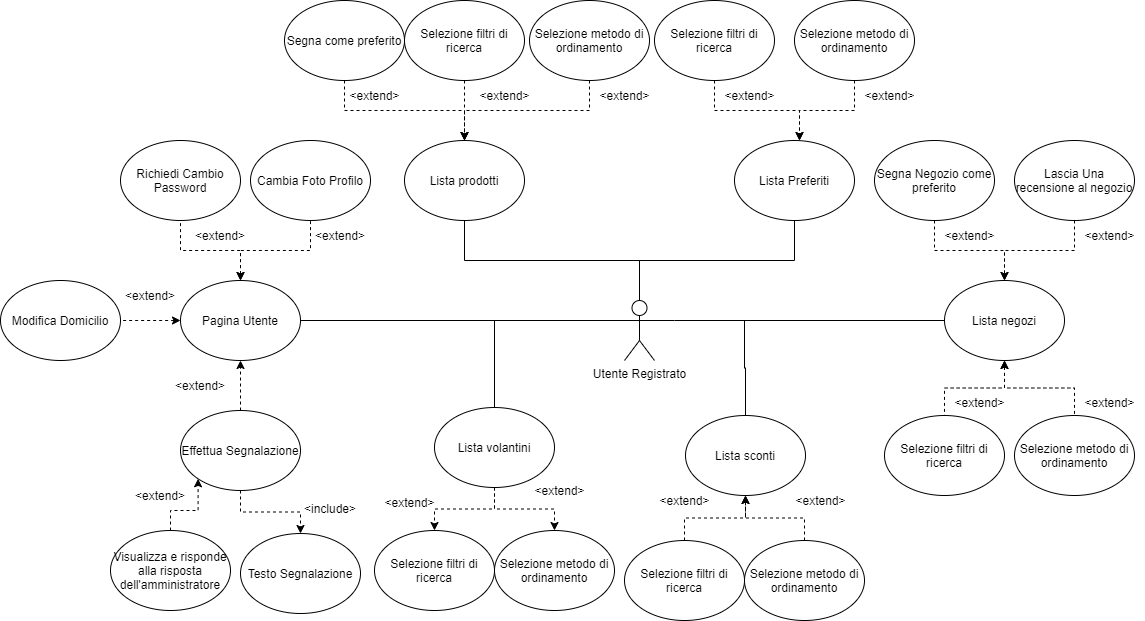
This is UML/UCD_utente_registrato.png from G15-UniTN/iSpesa, a draw.io export, as it was before one commit. Source tidied: cells renumbered, new cells last; positions are measured from the earlier drawing's top-left corner, leaving out a move shared by most shapes.
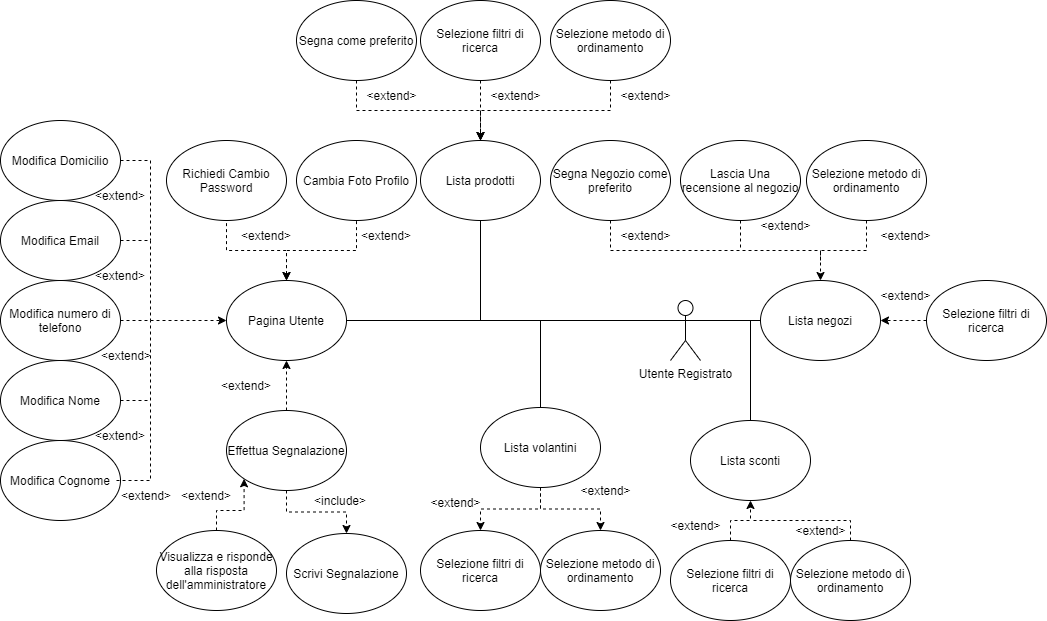
After the change.

The edit, as a diff of the source:
```diff
@@ -7,5 +7,2 @@
     </mxCell>
-    <mxCell id="3" style="edgeStyle=orthogonalEdgeStyle;rounded=0;jettySize=auto;html=1;exitX=0.5;exitY=0;exitDx=0;exitDy=0;exitPerimeter=0;endArrow=none;endFill=0;" parent="1" edge="1" source="4" target="57">
-      <mxGeometry relative="1" as="geometry" />
-    </mxCell>
     <mxCell id="4" value="Utente Registrato" style="shape=umlActor;verticalLabelPosition=bottom;verticalAlign=top;html=1;outlineConnect=0;" parent="1" vertex="1">
@@ -13,4 +10,12 @@
     </mxCell>
+    <mxCell id="72" style="edgeStyle=orthogonalEdgeStyle;rounded=0;jettySize=auto;html=1;exitX=0.5;exitY=1;exitDx=0;exitDy=0;endArrow=none;endFill=0;" parent="1" edge="1" source="5">
+      <mxGeometry relative="1" as="geometry">
+        <mxPoint x="494" y="320" as="targetPoint" />
+        <Array as="points">
+          <mxPoint x="434" y="320" />
+        </Array>
+      </mxGeometry>
+    </mxCell>
     <mxCell id="5" value="Lista prodotti" style="ellipse;whiteSpace=wrap;html=1;" parent="1" vertex="1">
-      <mxGeometry x="404" y="140" width="120" height="80" as="geometry" />
+      <mxGeometry x="374" y="140" width="120" height="80" as="geometry" />
     </mxCell>
@@ -19,2 +24,5 @@
         <mxPoint x="744" y="320" as="targetPoint" />
+        <Array as="points">
+          <mxPoint x="704" y="320" />
+        </Array>
       </mxGeometry>
@@ -22,21 +30,4 @@
     <mxCell id="7" value="Lista sconti" style="ellipse;whiteSpace=wrap;html=1;" parent="1" vertex="1">
-      <mxGeometry x="685" y="415" width="120" height="80" as="geometry" />
+      <mxGeometry x="644" y="420" width="120" height="80" as="geometry" />
     </mxCell>
-    <mxCell id="8" style="edgeStyle=orthogonalEdgeStyle;rounded=0;jettySize=auto;html=1;exitX=0;exitY=0.5;exitDx=0;exitDy=0;endArrow=none;endFill=0;" parent="1" edge="1" source="11">
-      <mxGeometry relative="1" as="geometry">
-        <mxPoint x="674" y="320" as="targetPoint" />
-      </mxGeometry>
-    </mxCell>
-    <mxCell id="9" style="edgeStyle=orthogonalEdgeStyle;rounded=0;jettySize=auto;html=1;exitX=0.5;exitY=1;exitDx=0;exitDy=0;endArrow=none;endFill=0;dashed=1;startArrow=classic;startFill=1;" parent="1" edge="1" source="11" target="36">
-      <mxGeometry relative="1" as="geometry" />
-    </mxCell>
-    <mxCell id="10" style="edgeStyle=orthogonalEdgeStyle;rounded=0;jettySize=auto;html=1;exitX=0.5;exitY=1;exitDx=0;exitDy=0;endArrow=none;endFill=0;dashed=1;startArrow=classic;startFill=1;" parent="1" edge="1" source="11" target="37">
-      <mxGeometry relative="1" as="geometry" />
-    </mxCell>
-    <mxCell id="11" value="Lista negozi" style="ellipse;whiteSpace=wrap;html=1;" parent="1" vertex="1">
-      <mxGeometry x="944" y="280" width="120" height="80" as="geometry" />
-    </mxCell>
-    <mxCell id="12" style="edgeStyle=orthogonalEdgeStyle;rounded=0;jettySize=auto;html=1;exitX=0.5;exitY=1;exitDx=0;exitDy=0;entryX=0.5;entryY=0;entryDx=0;entryDy=0;entryPerimeter=0;endArrow=none;endFill=0;" parent="1" edge="1" source="5" target="4">
-      <mxGeometry relative="1" as="geometry" />
-    </mxCell>
     <mxCell id="13" style="edgeStyle=orthogonalEdgeStyle;rounded=0;jettySize=auto;html=1;exitX=0.5;exitY=0;exitDx=0;exitDy=0;dashed=1;endArrow=none;endFill=0;startArrow=classic;startFill=1;" parent="1" edge="1" source="15" target="18">
@@ -50,6 +41,4 @@
     </mxCell>
-    <mxCell id="16" style="endArrow=none;html=1;rounded=0;exitX=1;exitY=0.5;exitDx=0;exitDy=0;" parent="1" edge="1" source="15">
-      <mxGeometry relative="1" as="geometry">
-        <mxPoint x="674" y="320" as="targetPoint" />
-      </mxGeometry>
+    <mxCell id="16" style="endArrow=none;html=1;rounded=0;exitX=1;exitY=0.5;exitDx=0;exitDy=0;" parent="1" edge="1" source="15" target="11">
+      <mxGeometry relative="1" as="geometry" />
     </mxCell>
@@ -61,4 +50,9 @@
     </mxCell>
+    <mxCell id="73" style="edgeStyle=orthogonalEdgeStyle;rounded=0;jumpStyle=gap;jumpSize=10;jettySize=auto;html=1;exitX=1;exitY=0.5;exitDx=0;exitDy=0;dashed=1;startArrow=none;startFill=0;endArrow=none;endFill=0;" parent="1" edge="1" source="19">
+      <mxGeometry relative="1" as="geometry">
+        <mxPoint x="104" y="240" as="targetPoint" />
+      </mxGeometry>
+    </mxCell>
     <mxCell id="19" value="Modifica Domicilio" style="ellipse;whiteSpace=wrap;html=1;" parent="1" vertex="1">
-      <mxGeometry y="280" width="120" height="80" as="geometry" />
+      <mxGeometry x="-46" y="120" width="120" height="80" as="geometry" />
     </mxCell>
@@ -73,10 +67,2 @@
     </mxCell>
-    <mxCell id="23" style="edgeStyle=orthogonalEdgeStyle;rounded=0;jettySize=auto;html=1;exitX=0;exitY=0.5;exitDx=0;exitDy=0;dashed=1;entryX=1;entryY=0.5;entryDx=0;entryDy=0;endArrow=none;endFill=0;startArrow=classic;startFill=1;" parent="1" edge="1" source="15" target="19">
-      <mxGeometry relative="1" as="geometry">
-        <Array as="points">
-          <mxPoint x="134" y="320" />
-          <mxPoint x="134" y="320" />
-        </Array>
-      </mxGeometry>
-    </mxCell>
     <mxCell id="24" value="&amp;lt;extend&amp;gt;" style="text;html=1;strokeColor=none;fillColor=none;align=center;verticalAlign=middle;whiteSpace=wrap;rounded=0;" parent="1" vertex="1">
@@ -88,3 +74,3 @@
     <mxCell id="26" value="&amp;lt;extend&amp;gt;" style="text;html=1;strokeColor=none;fillColor=none;align=center;verticalAlign=middle;whiteSpace=wrap;rounded=0;" parent="1" vertex="1">
-      <mxGeometry x="120" y="280" width="60" height="30" as="geometry" />
+      <mxGeometry x="44" y="260" width="60" height="30" as="geometry" />
     </mxCell>
@@ -97,3 +83,3 @@
     <mxCell id="29" value="Selezione filtri di ricerca" style="ellipse;whiteSpace=wrap;html=1;" parent="1" vertex="1">
-      <mxGeometry x="404" width="120" height="80" as="geometry" />
+      <mxGeometry x="374" width="120" height="80" as="geometry" />
     </mxCell>
@@ -103,13 +89,18 @@
     <mxCell id="31" value="Selezione metodo di ordinamento" style="ellipse;whiteSpace=wrap;html=1;" parent="1" vertex="1">
-      <mxGeometry x="529" width="120" height="80" as="geometry" />
+      <mxGeometry x="504" width="120" height="80" as="geometry" />
     </mxCell>
     <mxCell id="32" value="&amp;lt;extend&amp;gt;" style="text;html=1;align=center;verticalAlign=middle;strokeColor=none;fillColor=none;" parent="1" vertex="1">
-      <mxGeometry x="589" y="80" width="70" height="30" as="geometry" />
+      <mxGeometry x="564" y="80" width="70" height="30" as="geometry" />
     </mxCell>
     <mxCell id="33" value="&amp;lt;extend&amp;gt;" style="text;html=1;align=center;verticalAlign=middle;strokeColor=none;fillColor=none;" parent="1" vertex="1">
-      <mxGeometry x="469" y="80" width="70" height="30" as="geometry" />
+      <mxGeometry x="434" y="80" width="70" height="30" as="geometry" />
     </mxCell>
-    <mxCell id="34" style="edgeStyle=orthogonalEdgeStyle;rounded=0;jettySize=auto;html=1;exitX=0.5;exitY=0;exitDx=0;exitDy=0;entryX=0.5;entryY=1;entryDx=0;entryDy=0;dashed=1;" parent="1" edge="1" source="35" target="7">
-      <mxGeometry relative="1" as="geometry" />
-    </mxCell>
+    <mxCell id="74" style="edgeStyle=orthogonalEdgeStyle;rounded=0;jumpStyle=gap;jumpSize=10;jettySize=auto;html=1;exitX=0.5;exitY=0;exitDx=0;exitDy=0;dashed=1;startArrow=none;startFill=0;endArrow=none;endFill=0;" parent="1" edge="1" source="35">
+      <mxGeometry relative="1" as="geometry">
+        <mxPoint x="704" y="520" as="targetPoint" />
+        <Array as="points">
+          <mxPoint x="804" y="520" />
+        </Array>
+      </mxGeometry>
+    </mxCell>
     <mxCell id="35" value="Selezione metodo di ordinamento" style="ellipse;whiteSpace=wrap;html=1;" parent="1" vertex="1">
@@ -117,19 +108,20 @@
     </mxCell>
+    <mxCell id="75" style="edgeStyle=orthogonalEdgeStyle;rounded=0;jumpStyle=gap;jumpSize=10;jettySize=auto;html=1;exitX=0.5;exitY=1;exitDx=0;exitDy=0;dashed=1;startArrow=none;startFill=0;endArrow=none;endFill=0;" parent="1" edge="1" source="36">
+      <mxGeometry relative="1" as="geometry">
+        <mxPoint x="774" y="260" as="targetPoint" />
+        <Array as="points">
+          <mxPoint x="820" y="250" />
+          <mxPoint x="774" y="250" />
+        </Array>
+      </mxGeometry>
+    </mxCell>
     <mxCell id="36" value="Selezione metodo di ordinamento" style="ellipse;whiteSpace=wrap;html=1;" parent="1" vertex="1">
-      <mxGeometry x="1014" y="415" width="120" height="80" as="geometry" />
+      <mxGeometry x="760" y="140" width="120" height="80" as="geometry" />
     </mxCell>
-    <mxCell id="37" value="Selezione filtri di ricerca" style="ellipse;whiteSpace=wrap;html=1;" parent="1" vertex="1">
-      <mxGeometry x="884" y="415" width="120" height="80" as="geometry" />
-    </mxCell>
     <mxCell id="38" value="&amp;lt;extend&amp;gt;" style="text;html=1;align=center;verticalAlign=middle;strokeColor=none;fillColor=none;" parent="1" vertex="1">
-      <mxGeometry x="934" y="220" width="70" height="30" as="geometry" />
+      <mxGeometry x="564" y="220" width="70" height="30" as="geometry" />
     </mxCell>
-    <mxCell id="39" value="&amp;lt;extend&amp;gt;" style="text;html=1;align=center;verticalAlign=middle;strokeColor=none;fillColor=none;" parent="1" vertex="1">
-      <mxGeometry x="944" y="387" width="70" height="30" as="geometry" />
-    </mxCell>
-    <mxCell id="40" style="edgeStyle=orthogonalEdgeStyle;rounded=0;jettySize=auto;html=1;exitX=0.5;exitY=0;exitDx=0;exitDy=0;dashed=1;" parent="1" edge="1" source="41">
-      <mxGeometry relative="1" as="geometry">
-        <mxPoint x="745" y="495" as="targetPoint" />
-      </mxGeometry>
-    </mxCell>
+    <mxCell id="76" style="edgeStyle=orthogonalEdgeStyle;rounded=0;jumpStyle=gap;jumpSize=10;jettySize=auto;html=1;exitX=0.5;exitY=0;exitDx=0;exitDy=0;dashed=1;startArrow=none;startFill=0;endArrow=classic;endFill=1;" parent="1" edge="1" source="41" target="7">
+      <mxGeometry relative="1" as="geometry" />
+    </mxCell>
     <mxCell id="41" value="Selezione filtri di ricerca" style="ellipse;whiteSpace=wrap;html=1;" parent="1" vertex="1">
@@ -138,6 +130,6 @@
     <mxCell id="42" value="&amp;lt;extend&amp;gt;" style="text;html=1;align=center;verticalAlign=middle;strokeColor=none;fillColor=none;" parent="1" vertex="1">
-      <mxGeometry x="785" y="485" width="70" height="30" as="geometry" />
+      <mxGeometry x="739" y="515" width="70" height="30" as="geometry" />
     </mxCell>
     <mxCell id="43" value="&amp;lt;extend&amp;gt;" style="text;html=1;align=center;verticalAlign=middle;strokeColor=none;fillColor=none;" parent="1" vertex="1">
-      <mxGeometry x="649" y="485" width="70" height="30" as="geometry" />
+      <mxGeometry x="614" y="510" width="70" height="30" as="geometry" />
     </mxCell>
@@ -162,16 +154,18 @@
     <mxCell id="50" value="Segna come preferito" style="ellipse;whiteSpace=wrap;html=1;" parent="1" vertex="1">
-      <mxGeometry x="284" width="120" height="80" as="geometry" />
+      <mxGeometry x="250" width="120" height="80" as="geometry" />
     </mxCell>
     <mxCell id="51" value="&amp;lt;extend&amp;gt;" style="text;html=1;align=center;verticalAlign=middle;strokeColor=none;fillColor=none;" parent="1" vertex="1">
-      <mxGeometry x="339" y="80" width="70" height="30" as="geometry" />
+      <mxGeometry x="310" y="80" width="70" height="30" as="geometry" />
     </mxCell>
-    <mxCell id="52" style="edgeStyle=orthogonalEdgeStyle;rounded=0;jettySize=auto;html=1;exitX=0.5;exitY=1;exitDx=0;exitDy=0;endArrow=classic;endFill=1;dashed=1;startArrow=none;startFill=0;" parent="1" edge="1" source="53" target="11">
-      <mxGeometry relative="1" as="geometry" />
+    <mxCell id="52" style="edgeStyle=orthogonalEdgeStyle;rounded=0;jumpStyle=gap;jumpSize=10;jettySize=auto;html=1;exitX=0.5;exitY=1;exitDx=0;exitDy=0;dashed=1;startArrow=none;startFill=0;endArrow=classic;endFill=1;" parent="1" edge="1" source="53" target="11">
+      <mxGeometry relative="1" as="geometry">
+        <Array as="points">
+          <mxPoint x="564" y="250" />
+          <mxPoint x="774" y="250" />
+        </Array>
+      </mxGeometry>
     </mxCell>
     <mxCell id="53" value="Segna Negozio come preferito" style="ellipse;whiteSpace=wrap;html=1;" parent="1" vertex="1">
-      <mxGeometry x="874" y="140" width="120" height="80" as="geometry" />
+      <mxGeometry x="504" y="140" width="120" height="80" as="geometry" />
     </mxCell>
-    <mxCell id="54" value="&amp;lt;extend&amp;gt;" style="text;html=1;align=center;verticalAlign=middle;strokeColor=none;fillColor=none;" parent="1" vertex="1">
-      <mxGeometry x="1074" y="387" width="70" height="30" as="geometry" />
-    </mxCell>
     <mxCell id="55" value="Selezione filtri di ricerca" style="ellipse;whiteSpace=wrap;html=1;" parent="1" vertex="1">
@@ -182,37 +176,14 @@
     </mxCell>
-    <mxCell id="57" value="Lista Preferiti" style="ellipse;whiteSpace=wrap;html=1;" parent="1" vertex="1">
-      <mxGeometry x="734" y="140" width="120" height="80" as="geometry" />
-    </mxCell>
-    <mxCell id="58" style="edgeStyle=orthogonalEdgeStyle;rounded=0;jettySize=auto;html=1;exitX=0.5;exitY=1;exitDx=0;exitDy=0;endArrow=classic;endFill=1;dashed=1;startArrow=none;startFill=0;" parent="1" edge="1" source="59" target="11">
-      <mxGeometry relative="1" as="geometry" />
-    </mxCell>
+    <mxCell id="77" style="edgeStyle=orthogonalEdgeStyle;rounded=0;jumpStyle=gap;jumpSize=10;jettySize=auto;html=1;exitX=0.5;exitY=1;exitDx=0;exitDy=0;dashed=1;startArrow=none;startFill=0;endArrow=none;endFill=0;" parent="1" edge="1" source="59">
+      <mxGeometry relative="1" as="geometry">
+        <mxPoint x="694" y="250" as="targetPoint" />
+      </mxGeometry>
+    </mxCell>
     <mxCell id="59" value="Lascia Una recensione al negozio" style="ellipse;whiteSpace=wrap;html=1;" parent="1" vertex="1">
-      <mxGeometry x="1014" y="140" width="120" height="80" as="geometry" />
+      <mxGeometry x="634" y="140" width="120" height="80" as="geometry" />
     </mxCell>
     <mxCell id="60" value="&amp;lt;extend&amp;gt;" style="text;html=1;align=center;verticalAlign=middle;strokeColor=none;fillColor=none;" parent="1" vertex="1">
-      <mxGeometry x="1074" y="220" width="70" height="30" as="geometry" />
+      <mxGeometry x="824" y="220" width="70" height="30" as="geometry" />
     </mxCell>
-    <mxCell id="61" style="edgeStyle=orthogonalEdgeStyle;rounded=0;jettySize=auto;html=1;exitX=0.5;exitY=1;exitDx=0;exitDy=0;dashed=1;" parent="1" edge="1" source="62">
-      <mxGeometry relative="1" as="geometry">
-        <mxPoint x="799" y="140" as="targetPoint" />
-      </mxGeometry>
-    </mxCell>
-    <mxCell id="62" value="Selezione filtri di ricerca" style="ellipse;whiteSpace=wrap;html=1;" parent="1" vertex="1">
-      <mxGeometry x="654" width="120" height="80" as="geometry" />
-    </mxCell>
-    <mxCell id="63" style="edgeStyle=orthogonalEdgeStyle;rounded=0;jettySize=auto;html=1;exitX=0.5;exitY=1;exitDx=0;exitDy=0;entryX=0.5;entryY=0;entryDx=0;entryDy=0;dashed=1;" parent="1" edge="1" source="64">
-      <mxGeometry relative="1" as="geometry">
-        <mxPoint x="799" y="140" as="targetPoint" />
-      </mxGeometry>
-    </mxCell>
-    <mxCell id="64" value="Selezione metodo di ordinamento" style="ellipse;whiteSpace=wrap;html=1;" parent="1" vertex="1">
-      <mxGeometry x="794" width="120" height="80" as="geometry" />
-    </mxCell>
-    <mxCell id="65" value="&amp;lt;extend&amp;gt;" style="text;html=1;align=center;verticalAlign=middle;strokeColor=none;fillColor=none;" parent="1" vertex="1">
-      <mxGeometry x="854" y="80" width="70" height="30" as="geometry" />
-    </mxCell>
-    <mxCell id="66" value="&amp;lt;extend&amp;gt;" style="text;html=1;align=center;verticalAlign=middle;strokeColor=none;fillColor=none;" parent="1" vertex="1">
-      <mxGeometry x="714" y="80" width="70" height="30" as="geometry" />
-    </mxCell>
-    <mxCell id="67" value="Testo Segnalazione" style="ellipse;whiteSpace=wrap;html=1;" parent="1" vertex="1">
+    <mxCell id="67" value="Scrivi Segnalazione" style="ellipse;whiteSpace=wrap;html=1;" parent="1" vertex="1">
       <mxGeometry x="240" y="533" width="120" height="80" as="geometry" />
@@ -220,3 +191,3 @@
     <mxCell id="68" value="&amp;lt;include&amp;gt;" style="text;html=1;strokeColor=none;fillColor=none;align=center;verticalAlign=middle;whiteSpace=wrap;rounded=0;" parent="1" vertex="1">
-      <mxGeometry x="300" y="493" width="60" height="30" as="geometry" />
+      <mxGeometry x="264" y="485" width="60" height="30" as="geometry" />
     </mxCell>
@@ -231,2 +202,62 @@
     </mxCell>
+    <mxCell id="11" value="Lista negozi" style="ellipse;whiteSpace=wrap;html=1;" parent="1" vertex="1">
+      <mxGeometry x="714" y="280" width="120" height="80" as="geometry" />
+    </mxCell>
+    <mxCell id="78" value="&amp;lt;extend&amp;gt;" style="text;html=1;align=center;verticalAlign=middle;strokeColor=none;fillColor=none;" parent="1" vertex="1">
+      <mxGeometry x="824" y="280" width="70" height="30" as="geometry" />
+    </mxCell>
+    <mxCell id="79" style="edgeStyle=orthogonalEdgeStyle;rounded=0;jumpStyle=gap;jumpSize=10;jettySize=auto;html=1;exitX=0;exitY=0.5;exitDx=0;exitDy=0;entryX=1;entryY=0.5;entryDx=0;entryDy=0;dashed=1;startArrow=none;startFill=0;endArrow=classic;endFill=1;" parent="1" edge="1" source="80" target="11">
+      <mxGeometry relative="1" as="geometry" />
+    </mxCell>
+    <mxCell id="80" value="Selezione filtri di ricerca" style="ellipse;whiteSpace=wrap;html=1;" parent="1" vertex="1">
+      <mxGeometry x="880" y="280" width="120" height="80" as="geometry" />
+    </mxCell>
+    <mxCell id="81" value="&amp;lt;extend&amp;gt;" style="text;html=1;align=center;verticalAlign=middle;strokeColor=none;fillColor=none;" parent="1" vertex="1">
+      <mxGeometry x="704" y="210" width="70" height="30" as="geometry" />
+    </mxCell>
+    <mxCell id="82" style="edgeStyle=orthogonalEdgeStyle;rounded=0;jumpStyle=gap;jumpSize=10;jettySize=auto;html=1;exitX=1;exitY=0.5;exitDx=0;exitDy=0;dashed=1;startArrow=none;startFill=0;endArrow=none;endFill=0;" parent="1" edge="1" source="83">
+      <mxGeometry relative="1" as="geometry">
+        <mxPoint x="104" y="320" as="targetPoint" />
+      </mxGeometry>
+    </mxCell>
+    <mxCell id="83" value="Modifica Email" style="ellipse;whiteSpace=wrap;html=1;" parent="1" vertex="1">
+      <mxGeometry x="-46" y="200" width="120" height="80" as="geometry" />
+    </mxCell>
+    <mxCell id="84" style="edgeStyle=orthogonalEdgeStyle;rounded=0;jumpSize=3;jettySize=auto;html=1;exitX=1;exitY=0.5;exitDx=0;exitDy=0;dashed=1;startArrow=none;startFill=0;endArrow=classic;endFill=1;" parent="1" edge="1" source="85" target="15">
+      <mxGeometry relative="1" as="geometry" />
+    </mxCell>
+    <mxCell id="85" value="Modifica numero di telefono" style="ellipse;whiteSpace=wrap;html=1;" parent="1" vertex="1">
+      <mxGeometry x="-46" y="280" width="120" height="80" as="geometry" />
+    </mxCell>
+    <mxCell id="86" style="edgeStyle=orthogonalEdgeStyle;rounded=0;jumpStyle=gap;jumpSize=10;jettySize=auto;html=1;exitX=1;exitY=0.5;exitDx=0;exitDy=0;dashed=1;startArrow=none;startFill=0;endArrow=none;endFill=0;" parent="1" edge="1" source="87">
+      <mxGeometry relative="1" as="geometry">
+        <mxPoint x="104" y="320" as="targetPoint" />
+      </mxGeometry>
+    </mxCell>
+    <mxCell id="87" value="Modifica Nome" style="ellipse;whiteSpace=wrap;html=1;" parent="1" vertex="1">
+      <mxGeometry x="-46" y="360" width="120" height="80" as="geometry" />
+    </mxCell>
+    <mxCell id="88" value="Modifica Cognome" style="ellipse;whiteSpace=wrap;html=1;" parent="1" vertex="1">
+      <mxGeometry x="-46" y="440" width="120" height="80" as="geometry" />
+    </mxCell>
+    <mxCell id="89" style="edgeStyle=orthogonalEdgeStyle;rounded=0;jumpStyle=gap;jumpSize=10;jettySize=auto;html=1;exitX=0;exitY=0;exitDx=0;exitDy=0;dashed=1;startArrow=none;startFill=0;endArrow=none;endFill=0;" parent="1" edge="1" source="90">
+      <mxGeometry relative="1" as="geometry">
+        <mxPoint x="104" y="400" as="targetPoint" />
+        <Array as="points">
+          <mxPoint x="104" y="480" />
+        </Array>
+      </mxGeometry>
+    </mxCell>
+    <mxCell id="90" value="&amp;lt;extend&amp;gt;" style="text;html=1;strokeColor=none;fillColor=none;align=center;verticalAlign=middle;whiteSpace=wrap;rounded=0;" parent="1" vertex="1">
+      <mxGeometry x="70" y="480" width="60" height="30" as="geometry" />
+    </mxCell>
+    <mxCell id="91" value="&amp;lt;extend&amp;gt;" style="text;html=1;strokeColor=none;fillColor=none;align=center;verticalAlign=middle;whiteSpace=wrap;rounded=0;" parent="1" vertex="1">
+      <mxGeometry x="44" y="420" width="60" height="30" as="geometry" />
+    </mxCell>
+    <mxCell id="92" value="&amp;lt;extend&amp;gt;" style="text;html=1;strokeColor=none;fillColor=none;align=center;verticalAlign=middle;whiteSpace=wrap;rounded=0;" parent="1" vertex="1">
+      <mxGeometry x="50" y="340" width="60" height="30" as="geometry" />
+    </mxCell>
+    <mxCell id="93" value="&amp;lt;extend&amp;gt;" style="text;html=1;strokeColor=none;fillColor=none;align=center;verticalAlign=middle;whiteSpace=wrap;rounded=0;" parent="1" vertex="1">
+      <mxGeometry x="44" y="180" width="60" height="30" as="geometry" />
+    </mxCell>
   </root>
```
